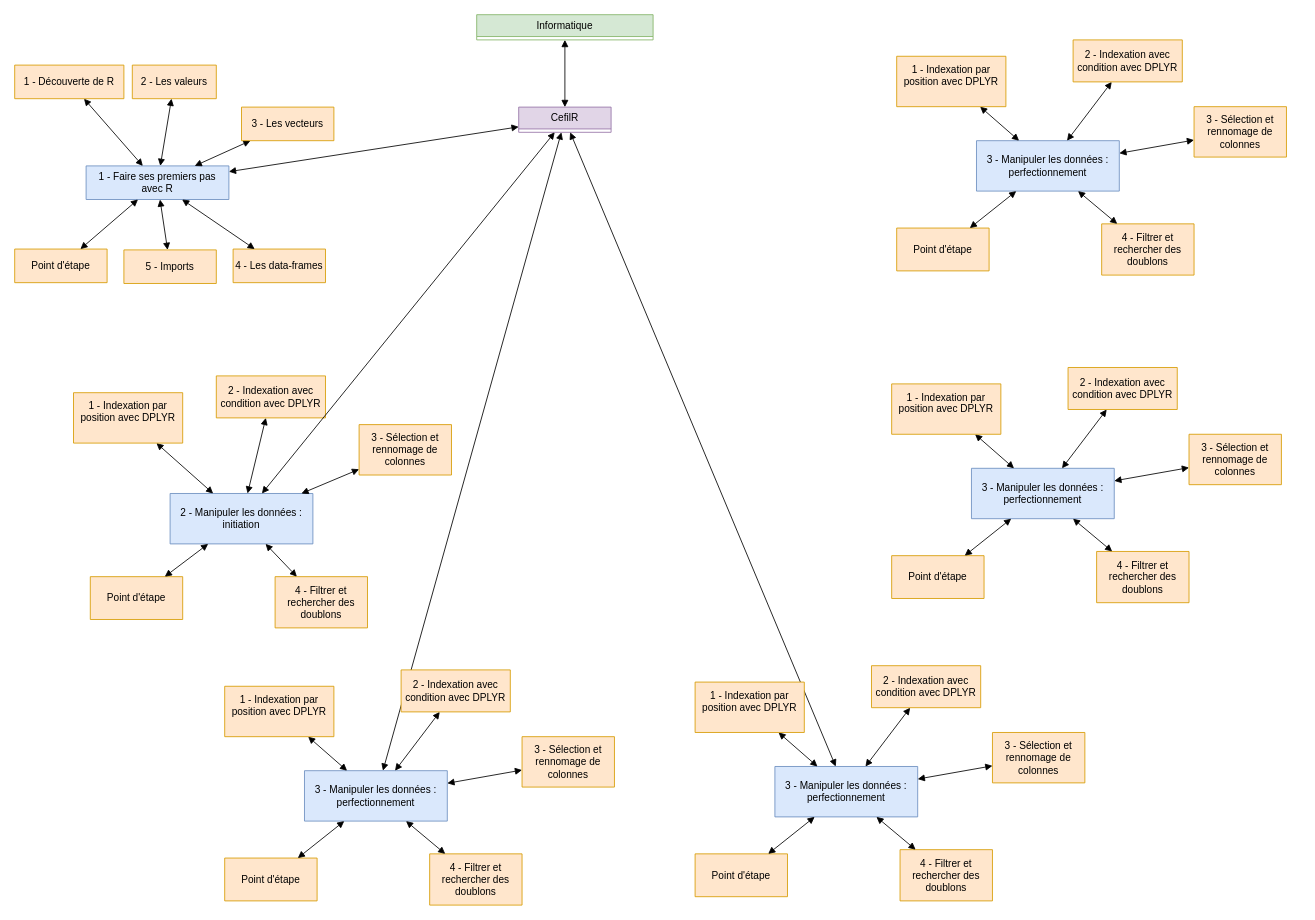
Earlier version of the draw.io diagram CefilR.drawio (jean-seb-2106/pythontest). Source tidied: cells renumbered, new cells numbered last; positions are measured from the earlier drawing's top-left corner, leaving out a move shared by most shapes. Both pictures are drawn from the tidied source at 84%, with x=0, y=0 at pixel (14, 14).
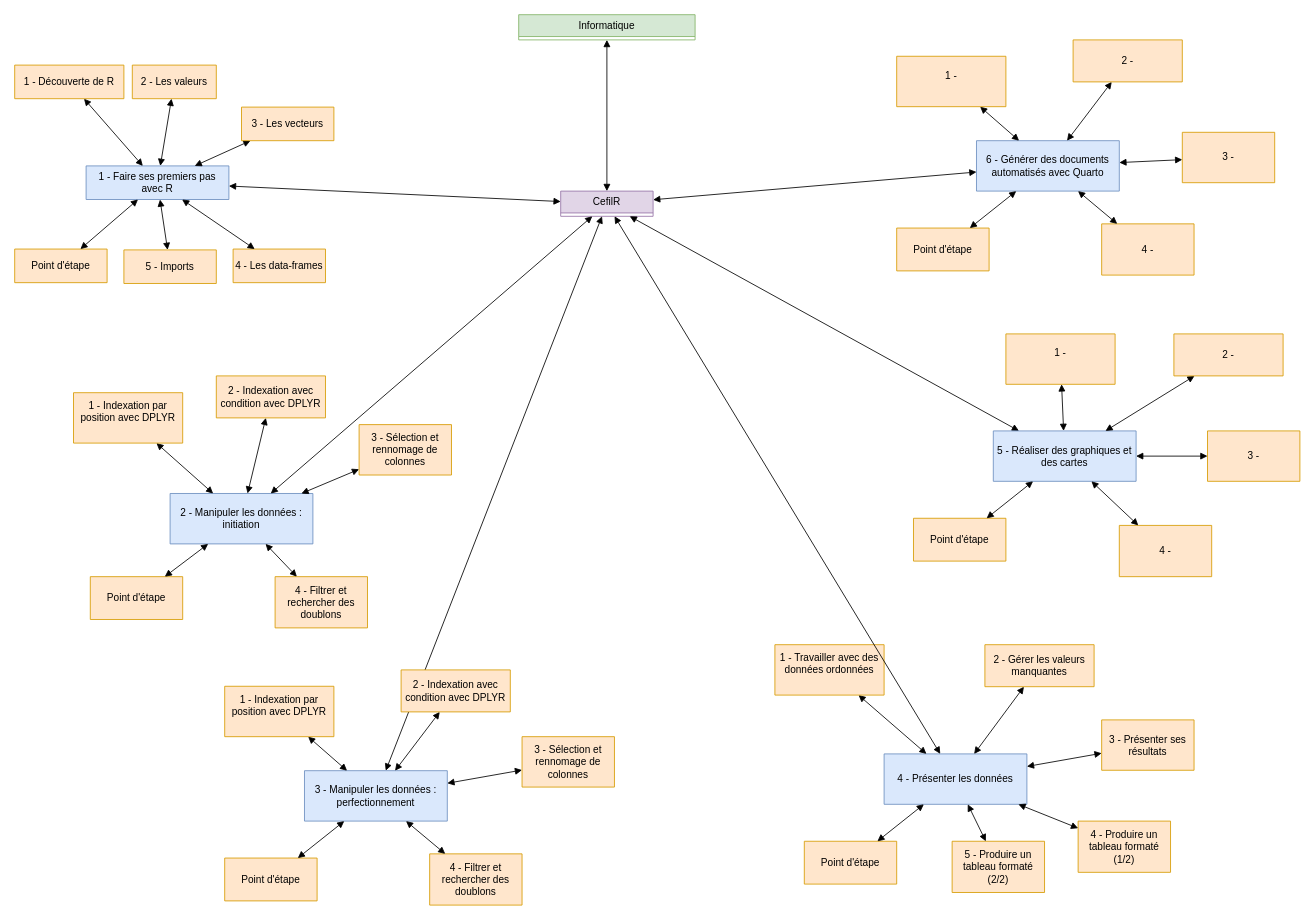
Above is the later version.

Commit message (it also covers changes not shown here):
Mettre à jour CefilR.drawio

What changed in the source:
```diff
@@
     <mxCell id="2" value="CefilR" style="swimlane;fontStyle=0;horizontal=1;startSize=26;fillColor=#e1d5e7;whiteSpace=wrap;html=1;strokeColor=#9673a6;" parent="1" vertex="1" collapsed="1">
-      <mxGeometry x="600" y="110" width="110" height="30" as="geometry" />
+      <mxGeometry x="650" y="210" width="110" height="30" as="geometry" />
     </mxCell>
@@
     <mxCell id="4" value="Informatique" style="swimlane;fontStyle=0;horizontal=1;startSize=26;fillColor=#d5e8d4;whiteSpace=wrap;html=1;strokeColor=#82b366;" parent="1" vertex="1" collapsed="1">
-      <mxGeometry x="550" width="210" height="30" as="geometry" />
+      <mxGeometry x="600" width="210" height="30" as="geometry" />
     </mxCell>
@@
-    <mxCell id="44" value="3 - Manipuler les données : perfectionnement" style="swimlane;fontStyle=0;horizontal=1;startSize=60;fillColor=#dae8fc;whiteSpace=wrap;html=1;strokeColor=#6c8ebf;" parent="1" vertex="1" collapsed="1">
-      <mxGeometry x="905" y="895" width="170" height="60" as="geometry" />
+    <mxCell id="44" value="5 - Réaliser des graphiques et des cartes" style="swimlane;fontStyle=0;horizontal=1;startSize=60;fillColor=#dae8fc;whiteSpace=wrap;html=1;strokeColor=#6c8ebf;" parent="1" vertex="1" collapsed="1">
+      <mxGeometry x="1165" y="495.5" width="170" height="60" as="geometry" />
     </mxCell>
@@
-    <mxCell id="48" value="1 - Indexation par position avec DPLYR&lt;br&gt;&lt;div&gt;&lt;br&gt;&lt;/div&gt;" style="swimlane;fontStyle=0;horizontal=1;startSize=60;fillColor=#ffe6cc;whiteSpace=wrap;html=1;strokeColor=#d79b00;" parent="1" vertex="1" collapsed="1">
-      <mxGeometry x="810" y="794.5" width="130" height="60" as="geometry" />
+    <mxCell id="48" value="1 - &lt;br&gt;&lt;div&gt;&lt;br&gt;&lt;/div&gt;" style="swimlane;fontStyle=0;horizontal=1;startSize=60;fillColor=#ffe6cc;whiteSpace=wrap;html=1;strokeColor=#d79b00;" parent="1" vertex="1" collapsed="1">
+      <mxGeometry x="1180" y="380" width="130" height="60" as="geometry" />
     </mxCell>
-    <mxCell id="49" value="3 - Sélection et rennomage de colonnes" style="swimlane;fontStyle=0;horizontal=1;startSize=60;fillColor=#ffe6cc;whiteSpace=wrap;html=1;strokeColor=#d79b00;" parent="1" vertex="1" collapsed="1">
-      <mxGeometry x="1164" y="854.5" width="110" height="60" as="geometry" />
+    <mxCell id="49" value="3 - " style="swimlane;fontStyle=0;horizontal=1;startSize=60;fillColor=#ffe6cc;whiteSpace=wrap;html=1;strokeColor=#d79b00;" parent="1" vertex="1" collapsed="1">
+      <mxGeometry x="1420" y="495.5" width="110" height="60" as="geometry" />
     </mxCell>
-    <mxCell id="50" value="2 - Indexation avec condition avec DPLYR" style="swimlane;fontStyle=0;horizontal=1;startSize=50;fillColor=#ffe6cc;whiteSpace=wrap;html=1;strokeColor=#d79b00;" parent="1" vertex="1" collapsed="1">
-      <mxGeometry x="1020" y="775" width="130" height="50" as="geometry" />
+    <mxCell id="50" value="2 - " style="swimlane;fontStyle=0;horizontal=1;startSize=50;fillColor=#ffe6cc;whiteSpace=wrap;html=1;strokeColor=#d79b00;" parent="1" vertex="1" collapsed="1">
+      <mxGeometry x="1380" y="380" width="130" height="50" as="geometry" />
     </mxCell>
-    <mxCell id="51" value="4 - Filtrer et rechercher des doublons" style="swimlane;fontStyle=0;horizontal=1;startSize=61;fillColor=#ffe6cc;whiteSpace=wrap;html=1;strokeColor=#d79b00;" parent="1" vertex="1" collapsed="1">
-      <mxGeometry x="1054" y="994" width="110" height="61" as="geometry" />
+    <mxCell id="51" value="4 - " style="swimlane;fontStyle=0;horizontal=1;startSize=61;fillColor=#ffe6cc;whiteSpace=wrap;html=1;strokeColor=#d79b00;" parent="1" vertex="1" collapsed="1">
+      <mxGeometry x="1315" y="608" width="110" height="61" as="geometry" />
     </mxCell>
@@
     <mxCell id="53" value="Point d'étape" style="swimlane;fontStyle=0;horizontal=1;startSize=51;fillColor=#ffe6cc;whiteSpace=wrap;html=1;strokeColor=#d79b00;" parent="1" vertex="1" collapsed="1">
-      <mxGeometry x="810" y="999" width="110" height="51" as="geometry" />
+      <mxGeometry x="1070" y="599.5" width="110" height="51" as="geometry" />
     </mxCell>
@@
-    <mxCell id="55" value="3 - Manipuler les données : perfectionnement" style="swimlane;fontStyle=0;horizontal=1;startSize=60;fillColor=#dae8fc;whiteSpace=wrap;html=1;strokeColor=#6c8ebf;" parent="1" vertex="1" collapsed="1">
-      <mxGeometry x="1139" y="540" width="170" height="60" as="geometry" />
+    <mxCell id="55" value="4 - Présenter les données" style="swimlane;fontStyle=0;horizontal=1;startSize=60;fillColor=#dae8fc;whiteSpace=wrap;html=1;strokeColor=#6c8ebf;" parent="1" vertex="1" collapsed="1">
+      <mxGeometry x="1035" y="880" width="170" height="60" as="geometry" />
     </mxCell>
@@
-    <mxCell id="59" value="1 - Indexation par position avec DPLYR&lt;br&gt;&lt;div&gt;&lt;br&gt;&lt;/div&gt;" style="swimlane;fontStyle=0;horizontal=1;startSize=60;fillColor=#ffe6cc;whiteSpace=wrap;html=1;strokeColor=#d79b00;" parent="1" vertex="1" collapsed="1">
-      <mxGeometry x="1044" y="439.5" width="130" height="60" as="geometry" />
+    <mxCell id="59" value="1 - Travailler avec des données ordonnées&lt;br&gt;&lt;div&gt;&lt;br&gt;&lt;/div&gt;" style="swimlane;fontStyle=0;horizontal=1;startSize=60;fillColor=#ffe6cc;whiteSpace=wrap;html=1;strokeColor=#d79b00;" parent="1" vertex="1" collapsed="1">
+      <mxGeometry x="905" y="750" width="130" height="60" as="geometry" />
     </mxCell>
-    <mxCell id="60" value="3 - Sélection et rennomage de colonnes" style="swimlane;fontStyle=0;horizontal=1;startSize=60;fillColor=#ffe6cc;whiteSpace=wrap;html=1;strokeColor=#d79b00;" parent="1" vertex="1" collapsed="1">
-      <mxGeometry x="1398" y="499.5" width="110" height="60" as="geometry" />
+    <mxCell id="60" value="3 - Présenter ses résultats" style="swimlane;fontStyle=0;horizontal=1;startSize=60;fillColor=#ffe6cc;whiteSpace=wrap;html=1;strokeColor=#d79b00;" parent="1" vertex="1" collapsed="1">
+      <mxGeometry x="1294" y="839.5" width="110" height="60" as="geometry" />
     </mxCell>
-    <mxCell id="61" value="2 - Indexation avec condition avec DPLYR" style="swimlane;fontStyle=0;horizontal=1;startSize=50;fillColor=#ffe6cc;whiteSpace=wrap;html=1;strokeColor=#d79b00;" parent="1" vertex="1" collapsed="1">
-      <mxGeometry x="1254" y="420" width="130" height="50" as="geometry" />
+    <mxCell id="61" value="2 - Gérer les valeurs manquantes" style="swimlane;fontStyle=0;horizontal=1;startSize=50;fillColor=#ffe6cc;whiteSpace=wrap;html=1;strokeColor=#d79b00;" parent="1" vertex="1" collapsed="1">
+      <mxGeometry x="1155" y="750" width="130" height="50" as="geometry" />
     </mxCell>
-    <mxCell id="62" value="4 - Filtrer et rechercher des doublons" style="swimlane;fontStyle=0;horizontal=1;startSize=61;fillColor=#ffe6cc;whiteSpace=wrap;html=1;strokeColor=#d79b00;" parent="1" vertex="1" collapsed="1">
-      <mxGeometry x="1288" y="639" width="110" height="61" as="geometry" />
+    <mxCell id="62" value="4 - Produire un tableau formaté (1/2)" style="swimlane;fontStyle=0;horizontal=1;startSize=61;fillColor=#ffe6cc;whiteSpace=wrap;html=1;strokeColor=#d79b00;" parent="1" vertex="1" collapsed="1">
+      <mxGeometry x="1266" y="960" width="110" height="61" as="geometry" />
     </mxCell>
@@
     <mxCell id="64" value="Point d'étape" style="swimlane;fontStyle=0;horizontal=1;startSize=51;fillColor=#ffe6cc;whiteSpace=wrap;html=1;strokeColor=#d79b00;" parent="1" vertex="1" collapsed="1">
-      <mxGeometry x="1044" y="644" width="110" height="51" as="geometry" />
+      <mxGeometry x="940" y="984" width="110" height="51" as="geometry" />
     </mxCell>
@@
-    <mxCell id="66" value="3 - Manipuler les données : perfectionnement" style="swimlane;fontStyle=0;horizontal=1;startSize=60;fillColor=#dae8fc;whiteSpace=wrap;html=1;strokeColor=#6c8ebf;" parent="1" vertex="1" collapsed="1">
+    <mxCell id="66" value="6 - Générer des documents automatisés avec Quarto" style="swimlane;fontStyle=0;horizontal=1;startSize=60;fillColor=#dae8fc;whiteSpace=wrap;html=1;strokeColor=#6c8ebf;" parent="1" vertex="1" collapsed="1">
       <mxGeometry x="1145" y="150" width="170" height="60" as="geometry" />
     </mxCell>
@@
-    <mxCell id="70" value="1 - Indexation par position avec DPLYR&lt;br&gt;&lt;div&gt;&lt;br&gt;&lt;/div&gt;" style="swimlane;fontStyle=0;horizontal=1;startSize=60;fillColor=#ffe6cc;whiteSpace=wrap;html=1;strokeColor=#d79b00;" parent="1" vertex="1" collapsed="1">
+    <mxCell id="70" value="1 - &lt;br&gt;&lt;div&gt;&lt;br&gt;&lt;/div&gt;" style="swimlane;fontStyle=0;horizontal=1;startSize=60;fillColor=#ffe6cc;whiteSpace=wrap;html=1;strokeColor=#d79b00;" parent="1" vertex="1" collapsed="1">
       <mxGeometry x="1050" y="49.5" width="130" height="60" as="geometry" />
     </mxCell>
-    <mxCell id="71" value="3 - Sélection et rennomage de colonnes" style="swimlane;fontStyle=0;horizontal=1;startSize=60;fillColor=#ffe6cc;whiteSpace=wrap;html=1;strokeColor=#d79b00;" parent="1" vertex="1" collapsed="1">
-      <mxGeometry x="1404" y="109.5" width="110" height="60" as="geometry" />
+    <mxCell id="71" value="3 - " style="swimlane;fontStyle=0;horizontal=1;startSize=60;fillColor=#ffe6cc;whiteSpace=wrap;html=1;strokeColor=#d79b00;" parent="1" vertex="1" collapsed="1">
+      <mxGeometry x="1390" y="140" width="110" height="60" as="geometry" />
     </mxCell>
-    <mxCell id="72" value="2 - Indexation avec condition avec DPLYR" style="swimlane;fontStyle=0;horizontal=1;startSize=50;fillColor=#ffe6cc;whiteSpace=wrap;html=1;strokeColor=#d79b00;" parent="1" vertex="1" collapsed="1">
+    <mxCell id="72" value="2 - " style="swimlane;fontStyle=0;horizontal=1;startSize=50;fillColor=#ffe6cc;whiteSpace=wrap;html=1;strokeColor=#d79b00;" parent="1" vertex="1" collapsed="1">
       <mxGeometry x="1260" y="30" width="130" height="50" as="geometry" />
     </mxCell>
-    <mxCell id="73" value="4 - Filtrer et rechercher des doublons" style="swimlane;fontStyle=0;horizontal=1;startSize=61;fillColor=#ffe6cc;whiteSpace=wrap;html=1;strokeColor=#d79b00;" parent="1" vertex="1" collapsed="1">
+    <mxCell id="73" value="4 - " style="swimlane;fontStyle=0;horizontal=1;startSize=61;fillColor=#ffe6cc;whiteSpace=wrap;html=1;strokeColor=#d79b00;" parent="1" vertex="1" collapsed="1">
       <mxGeometry x="1294" y="249" width="110" height="61" as="geometry" />
     </mxCell>
@@
+    <mxCell id="77" value="5 - Produire un tableau formaté (2/2)" style="swimlane;fontStyle=0;horizontal=1;startSize=61;fillColor=#ffe6cc;whiteSpace=wrap;html=1;strokeColor=#d79b00;" parent="1" vertex="1" collapsed="1">
+      <mxGeometry x="1116" y="984" width="110" height="61" as="geometry" />
+    </mxCell>
+    <mxCell id="78" style="endArrow=block;startArrow=block;endFill=1;startFill=1;html=1;rounded=0;" parent="1" edge="1" source="55" target="77">
+      <mxGeometry relative="1" as="geometry" />
+    </mxCell>
+    <mxCell id="79" style="endArrow=block;startArrow=block;endFill=1;startFill=1;html=1;rounded=0;" parent="1" edge="1" source="2" target="55">
+      <mxGeometry relative="1" as="geometry" />
+    </mxCell>
+    <mxCell id="80" style="endArrow=block;startArrow=block;endFill=1;startFill=1;html=1;rounded=0;" parent="1" edge="1" source="2" target="66">
+      <mxGeometry relative="1" as="geometry" />
+    </mxCell>
```
